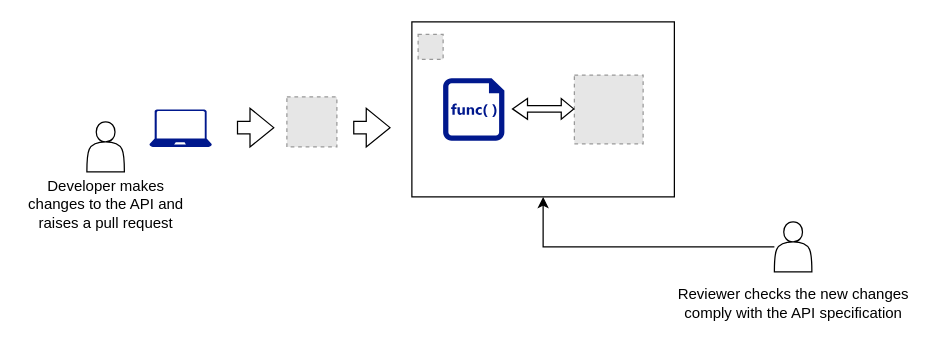
The draw.io diagram page "manual code review" (2 of 4) of relio.drawio in abunuwas/conferences-images, before the edit. Source tidied: cells renumbered, new cells numbered last; positions are measured from the earlier drawing's top-left corner, leaving out a move shared by most shapes. Both pictures are drawn from the tidied source at 125%, with x=0, y=0 at pixel (21, 21). Pictures stored in the file or linked from it are replaced by grey dashed boxes.
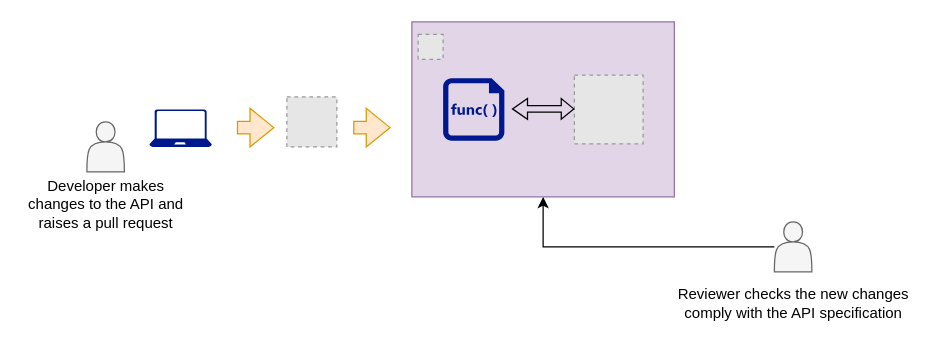
The same diagram, later.

Change to the diagram source:
```diff
@@
 <mxGraphModel>
   <root>
     <mxCell id="0" />
     <mxCell id="1" parent="0" />
-    <mxCell id="2" style="rounded=0;whiteSpace=wrap;html=1;" parent="1" vertex="1">
+    <mxCell id="2" style="rounded=0;whiteSpace=wrap;html=1;fillColor=#e1d5e7;strokeColor=#9673a6;" parent="1" vertex="1">
       <mxGeometry x="312" width="210" height="140" as="geometry" />
     </mxCell>
-    <mxCell id="3" style="shape=actor;whiteSpace=wrap;html=1;" parent="1" vertex="1">
+    <mxCell id="3" style="shape=actor;whiteSpace=wrap;html=1;fillColor=#f5f5f5;fontColor=#333333;strokeColor=#666666;" parent="1" vertex="1">
       <mxGeometry x="52" y="80" width="30" height="40" as="geometry" />
     </mxCell>
     <mxCell id="4" style="sketch=0;shadow=0;dashed=0;html=1;strokeColor=none;labelPosition=center;verticalLabelPosition=bottom;verticalAlign=top;align=center;fillColor=#00188D;shape=mxgraph.azure.laptop;" parent="1" vertex="1">
       <mxGeometry x="102" y="70" width="50" height="30" as="geometry" />
     </mxCell>
     <mxCell id="5" style="fillColor=#E6E6E6;strokeColor=#999999;dashed=1;html=1;verticalAlign=top;verticalLabelPosition=bottom;labelBackgroundColor=#ffffff;" parent="1" vertex="1">
       <mxGeometry x="317" y="10" width="20" height="20" as="geometry" />
     </mxCell>
     <mxCell id="6" style="fillColor=#E6E6E6;strokeColor=#999999;dashed=1;html=1;verticalAlign=top;verticalLabelPosition=bottom;labelBackgroundColor=#ffffff;" parent="1" vertex="1">
       <mxGeometry x="212" y="60" width="40" height="40" as="geometry" />
     </mxCell>
     <mxCell id="7" style="sketch=0;shadow=0;dashed=0;html=1;strokeColor=none;labelPosition=center;verticalLabelPosition=bottom;verticalAlign=top;align=center;fillColor=#00188D;shape=mxgraph.mscae.enterprise.code_file;" parent="1" vertex="1">
       <mxGeometry x="337" y="45" width="49" height="50" as="geometry" />
     </mxCell>
     <mxCell id="8" style="fillColor=#E6E6E6;strokeColor=#999999;dashed=1;html=1;verticalAlign=top;verticalLabelPosition=bottom;labelBackgroundColor=#ffffff;" parent="1" vertex="1">
       <mxGeometry x="442" y="42.5" width="55" height="55" as="geometry" />
     </mxCell>
     <mxCell id="9" style="edgeStyle=orthogonalEdgeStyle;rounded=0;jettySize=auto;html=1;entryX=0.5;entryY=1;entryDx=0;entryDy=0;" parent="1" edge="1" source="10" target="2">
       <mxGeometry relative="1" as="geometry" />
     </mxCell>
-    <mxCell id="10" style="shape=actor;whiteSpace=wrap;html=1;" parent="1" vertex="1">
+    <mxCell id="10" style="shape=actor;whiteSpace=wrap;html=1;fillColor=#f5f5f5;fontColor=#333333;strokeColor=#666666;" parent="1" vertex="1">
       <mxGeometry x="602" y="160" width="30" height="40" as="geometry" />
     </mxCell>
-    <mxCell id="11" style="shape=flexArrow;endArrow=classic;html=1;rounded=0;" parent="1" edge="1">
+    <mxCell id="11" style="shape=flexArrow;endArrow=classic;html=1;rounded=0;fillColor=#ffe6cc;strokeColor=#d79b00;" parent="1" edge="1">
       <mxGeometry relative="1" as="geometry">
         <mxPoint x="172" y="84.6" as="sourcePoint" />
         <mxPoint x="202" y="84.6" as="targetPoint" />
       </mxGeometry>
     </mxCell>
-    <mxCell id="12" style="shape=flexArrow;endArrow=classic;html=1;rounded=0;" parent="1" edge="1">
+    <mxCell id="12" style="shape=flexArrow;endArrow=classic;html=1;rounded=0;fillColor=#ffe6cc;strokeColor=#d79b00;" parent="1" edge="1">
       <mxGeometry relative="1" as="geometry">
         <mxPoint x="265" y="84.6" as="sourcePoint" />
         <mxPoint x="295" y="84.6" as="targetPoint" />
       </mxGeometry>
     </mxCell>
     <mxCell id="13" value="Reviewer checks the new changes comply with the API specification" style="text;html=1;strokeColor=none;fillColor=none;align=center;verticalAlign=middle;whiteSpace=wrap;rounded=0;" parent="1" vertex="1">
       <mxGeometry x="514.5" y="210" width="205" height="30" as="geometry" />
     </mxCell>
     <mxCell id="14" style="shape=flexArrow;endArrow=classic;startArrow=classic;html=1;rounded=0;width=5.333333333333333;endSize=3;endWidth=10.222222222222223;startWidth=10.222222222222223;startSize=3.6666666666666665;" parent="1" edge="1">
       <mxGeometry relative="1" as="geometry">
         <mxPoint x="392" y="69.6" as="sourcePoint" />
         <mxPoint x="442" y="69.6" as="targetPoint" />
       </mxGeometry>
     </mxCell>
     <mxCell id="15" value="Developer makes changes to the API and raises a pull request" style="text;html=1;strokeColor=none;fillColor=none;align=center;verticalAlign=middle;whiteSpace=wrap;rounded=0;" parent="1" vertex="1">
       <mxGeometry x="-0.5" y="122" width="135" height="48" as="geometry" />
     </mxCell>
   </root>
 </mxGraphModel>
```
